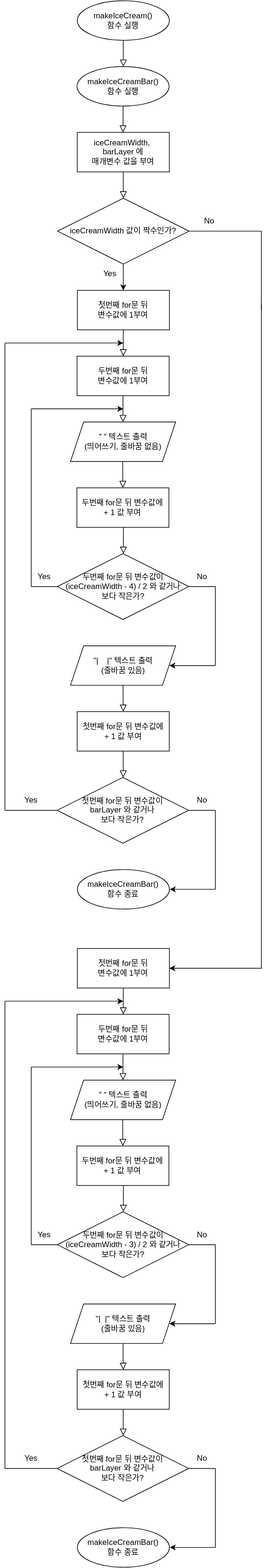
Before: makeIceCreamBar_flowchart.svg, a diagram exported from draw.io (yagom-academy/swift-starter-camp-4th). Source tidied: cells renumbered, new cells last; positions are measured from the earlier drawing's top-left corner, leaving out a move shared by most shapes.
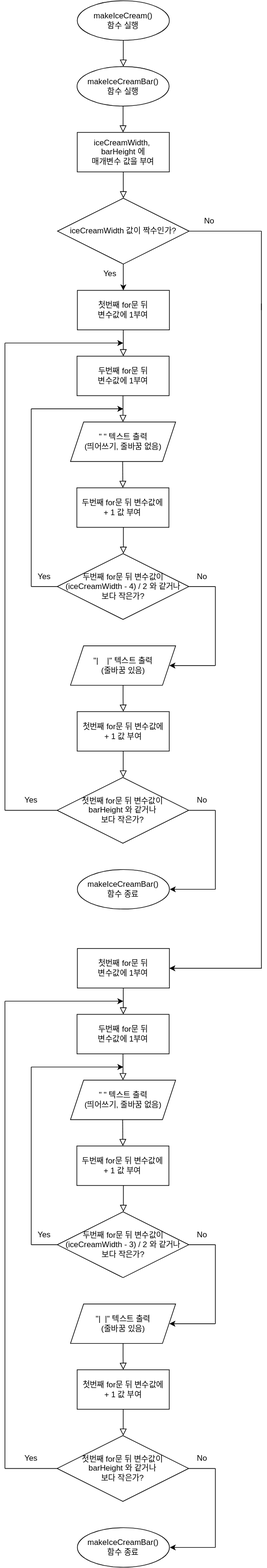
The same diagram one commit later.

Change to the diagram source:
```diff
@@ -8,7 +8,7 @@
         <mxPoint x="180" y="100" as="targetPoint" />
       </mxGeometry>
     </mxCell>
-    <mxCell id="3" value="iceCreamWidth,&amp;nbsp; barLayer 에&lt;br&gt;매개변수 값을 부여" style="rounded=0;whiteSpace=wrap;html=1;" parent="1" vertex="1">
+    <mxCell id="3" value="iceCreamWidth,&amp;nbsp; barHeight 에&lt;br&gt;매개변수 값을 부여" style="rounded=0;whiteSpace=wrap;html=1;" parent="1" vertex="1">
       <mxGeometry x="110" y="200" width="140" height="60" as="geometry" />
     </mxCell>
     <mxCell id="4" value="&lt;span&gt;makeIceCream()&lt;/span&gt;&lt;br&gt;&lt;span&gt;함수 실행&lt;/span&gt;" style="ellipse;whiteSpace=wrap;html=1;fontSize=12;" parent="1" vertex="1">
@@ -166,7 +166,7 @@
     <mxCell id="31" value="첫번째 for문 뒤 변수값에 &lt;br&gt;+ 1 값 부여" style="rounded=0;whiteSpace=wrap;html=1;" parent="1" vertex="1">
       <mxGeometry x="109.9" y="1080" width="140" height="60" as="geometry" />
     </mxCell>
-    <mxCell id="32" value="&lt;font style=&quot;font-size: 12px&quot;&gt;첫번째 for문 뒤 변수값이 &lt;br&gt;barLayer 와 같거나 &lt;br&gt;보다 작은가?&lt;/font&gt;" style="rhombus;whiteSpace=wrap;html=1;verticalAlign=middle;labelPosition=center;verticalLabelPosition=middle;align=center;spacing=2;fontSize=12;" parent="1" vertex="1">
+    <mxCell id="32" value="&lt;font style=&quot;font-size: 12px&quot;&gt;첫번째 for문 뒤 변수값이 &lt;br&gt;barHeight&amp;nbsp;와 같거나 &lt;br&gt;보다 작은가?&lt;/font&gt;" style="rhombus;whiteSpace=wrap;html=1;verticalAlign=middle;labelPosition=center;verticalLabelPosition=middle;align=center;spacing=2;fontSize=12;" parent="1" vertex="1">
       <mxGeometry x="79.4" y="1180" width="200" height="100" as="geometry" />
     </mxCell>
     <mxCell id="33" style="rounded=0;html=1;jettySize=auto;orthogonalLoop=1;fontSize=11;endArrow=block;endFill=0;endSize=8;strokeWidth=1;shadow=0;labelBackgroundColor=none;edgeStyle=orthogonalEdgeStyle;" parent="1" edge="1">
@@ -332,7 +332,7 @@
     <mxCell id="63" value="첫번째 for문 뒤 변수값에 &lt;br&gt;+ 1 값 부여" style="rounded=0;whiteSpace=wrap;html=1;" parent="1" vertex="1">
       <mxGeometry x="109.9" y="2080" width="140" height="60" as="geometry" />
     </mxCell>
-    <mxCell id="64" value="&lt;font style=&quot;font-size: 12px&quot;&gt;첫번째 for문 뒤 변수값이 &lt;br&gt;barLayer 와 같거나 &lt;br&gt;보다 작은가?&lt;/font&gt;" style="rhombus;whiteSpace=wrap;html=1;verticalAlign=middle;labelPosition=center;verticalLabelPosition=middle;align=center;spacing=2;fontSize=12;" parent="1" vertex="1">
+    <mxCell id="64" value="&lt;font style=&quot;font-size: 12px&quot;&gt;첫번째 for문 뒤 변수값이 &lt;br&gt;barHeight&amp;nbsp;와 같거나 &lt;br&gt;보다 작은가?&lt;/font&gt;" style="rhombus;whiteSpace=wrap;html=1;verticalAlign=middle;labelPosition=center;verticalLabelPosition=middle;align=center;spacing=2;fontSize=12;" parent="1" vertex="1">
       <mxGeometry x="79.4" y="2180" width="200" height="100" as="geometry" />
     </mxCell>
     <mxCell id="65" style="rounded=0;html=1;jettySize=auto;orthogonalLoop=1;fontSize=11;endArrow=block;endFill=0;endSize=8;strokeWidth=1;shadow=0;labelBackgroundColor=none;edgeStyle=orthogonalEdgeStyle;" parent="1" edge="1">
```
